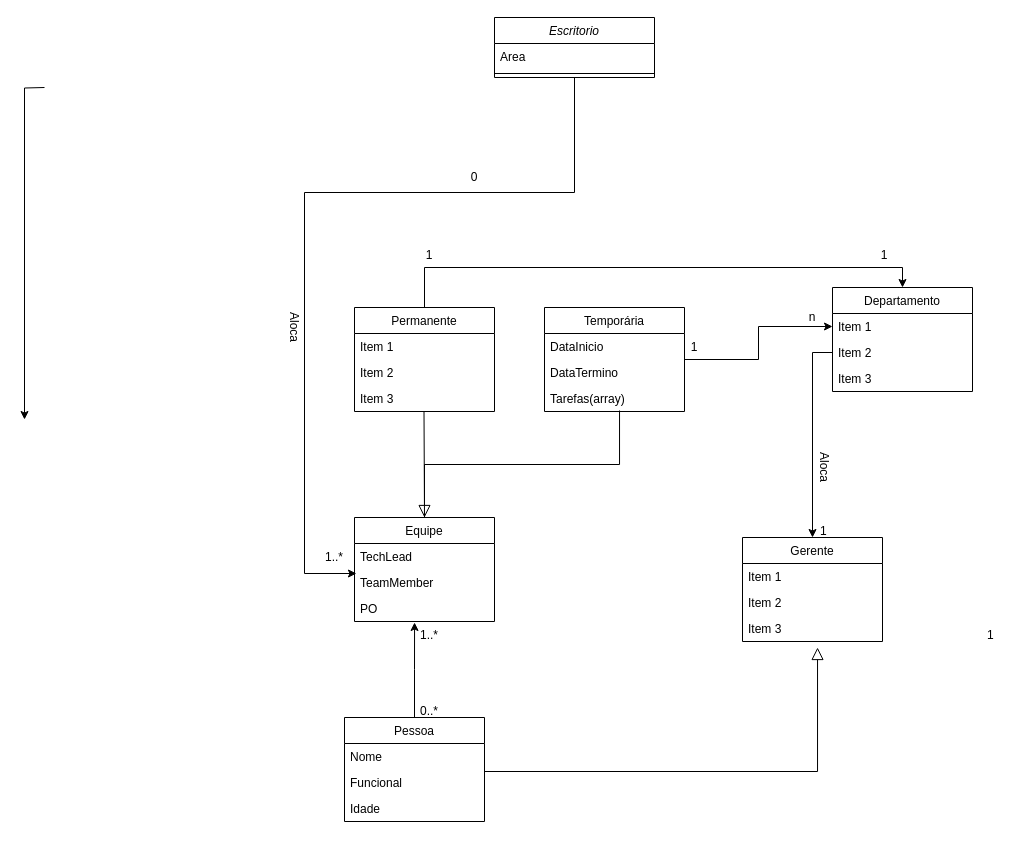
Before: Untitled Diagram.drawio in lipemoreirasilva/POO, a draw.io diagram. Source tidied: cells renumbered, new cells numbered last; positions are measured from the earlier drawing's top-left corner, leaving out a move shared by most shapes. Both pictures are drawn from the tidied source at 100%, with x=0, y=0 at pixel (24, 17).
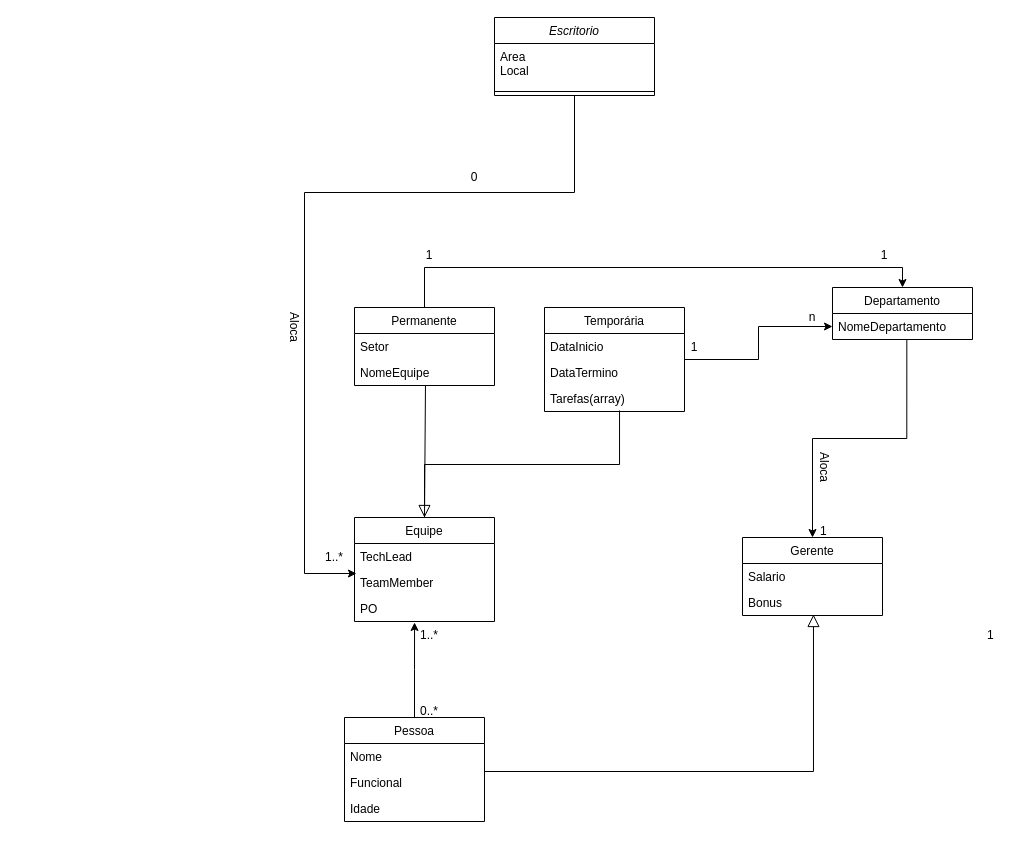
Above is the later version.

Commit message (it also covers changes not shown here):
Lab 8 - att

Unchanged cells that the change refers to:
```xml
<mxCell id="9" value="Equipe" style="swimlane;fontStyle=0;horizontal=1;startSize=26;" parent="1" vertex="1">
  <mxGeometry x="330" y="500" width="140" height="104" as="geometry" />
</mxCell>
```

Change to the diagram source:
```diff
@@
     <mxCell id="2" value="Escritorio" style="swimlane;fontStyle=2;align=center;verticalAlign=top;horizontal=1;startSize=26;rounded=0;shadow=0;strokeWidth=1;" parent="1" vertex="1">
-      <mxGeometry x="470" width="160" height="60" as="geometry" />
+      <mxGeometry x="470" width="160" height="78" as="geometry" />
     </mxCell>
-    <mxCell id="3" value="Area" style="text;align=left;verticalAlign=top;spacingLeft=4;spacingRight=4;overflow=hidden;" parent="2" vertex="1">
-      <mxGeometry y="26" width="160" height="26" as="geometry" />
+    <mxCell id="3" value="Area&#10;Local" style="text;align=left;verticalAlign=top;spacingLeft=4;spacingRight=4;overflow=hidden;" parent="2" vertex="1">
+      <mxGeometry y="26" width="160" height="44" as="geometry" />
     </mxCell>
     <mxCell id="4" style="line;html=1;strokeWidth=1;align=left;verticalAlign=middle;spacingTop=-1;spacingLeft=3;spacingRight=3;labelPosition=right;" parent="2" vertex="1">
-      <mxGeometry y="52" width="160" height="8" as="geometry" />
+      <mxGeometry y="70" width="160" height="8" as="geometry" />
     </mxCell>
     <mxCell id="5" value="Departamento" style="swimlane;fontStyle=0;horizontal=1;startSize=26;" parent="1" vertex="1">
-      <mxGeometry x="808" y="270" width="140" height="104" as="geometry" />
+      <mxGeometry x="808" y="270" width="140" height="52" as="geometry" />
     </mxCell>
-    <mxCell id="6" value="Item 1" style="text;strokeColor=none;fillColor=none;align=left;verticalAlign=top;spacingLeft=4;spacingRight=4;overflow=hidden;points=[[0,0.5],[1,0.5]];portConstraint=eastwest;" parent="5" vertex="1">
+    <mxCell id="6" value="NomeDepartamento" style="text;strokeColor=none;fillColor=none;align=left;verticalAlign=top;spacingLeft=4;spacingRight=4;overflow=hidden;points=[[0,0.5],[1,0.5]];portConstraint=eastwest;" parent="5" vertex="1">
       <mxGeometry y="26" width="140" height="26" as="geometry" />
     </mxCell>
-    <mxCell id="7" value="Item 2" style="text;strokeColor=none;fillColor=none;align=left;verticalAlign=top;spacingLeft=4;spacingRight=4;overflow=hidden;points=[[0,0.5],[1,0.5]];portConstraint=eastwest;" parent="5" vertex="1">
-      <mxGeometry y="52" width="140" height="26" as="geometry" />
-    </mxCell>
-    <mxCell id="8" value="Item 3" style="text;strokeColor=none;fillColor=none;align=left;verticalAlign=top;spacingLeft=4;spacingRight=4;overflow=hidden;" parent="5" vertex="1">
-      <mxGeometry y="78" width="140" height="26" as="geometry" />
-    </mxCell>
@@
     <mxCell id="18" value="Gerente" style="swimlane;fontStyle=0;horizontal=1;startSize=26;" parent="1" vertex="1">
-      <mxGeometry x="718" y="520" width="140" height="104" as="geometry" />
+      <mxGeometry x="718" y="520" width="140" height="78" as="geometry" />
     </mxCell>
-    <mxCell id="19" value="Item 1" style="text;strokeColor=none;fillColor=none;align=left;verticalAlign=top;spacingLeft=4;spacingRight=4;overflow=hidden;" parent="18" vertex="1">
+    <mxCell id="19" value="Salario" style="text;strokeColor=none;fillColor=none;align=left;verticalAlign=top;spacingLeft=4;spacingRight=4;overflow=hidden;" parent="18" vertex="1">
       <mxGeometry y="26" width="140" height="26" as="geometry" />
     </mxCell>
-    <mxCell id="20" value="Item 2" style="text;strokeColor=none;fillColor=none;align=left;verticalAlign=top;spacingLeft=4;spacingRight=4;overflow=hidden;points=[[0,0.5],[1,0.5]];portConstraint=eastwest;" parent="18" vertex="1">
+    <mxCell id="20" value="Bonus" style="text;strokeColor=none;fillColor=none;align=left;verticalAlign=top;spacingLeft=4;spacingRight=4;overflow=hidden;points=[[0,0.5],[1,0.5]];portConstraint=eastwest;" parent="18" vertex="1">
       <mxGeometry y="52" width="140" height="26" as="geometry" />
     </mxCell>
-    <mxCell id="21" value="Item 3" style="text;strokeColor=none;fillColor=none;align=left;verticalAlign=top;spacingLeft=4;spacingRight=4;overflow=hidden;points=[[0,0.5],[1,0.5]];portConstraint=eastwest;" parent="18" vertex="1">
-      <mxGeometry y="78" width="140" height="26" as="geometry" />
-    </mxCell>
@@
-    <mxCell id="24" style="endArrow=block;endSize=10;endFill=0;shadow=0;strokeWidth=1;rounded=0;edgeStyle=elbowEdgeStyle;elbow=vertical;entryX=0.536;entryY=1.231;entryDx=0;entryDy=0;entryPerimeter=0;exitX=0.5;exitY=0;exitDx=0;exitDy=0;" parent="1" edge="1" target="21">
+    <mxCell id="24" style="endArrow=block;endSize=10;endFill=0;shadow=0;strokeWidth=1;rounded=0;edgeStyle=elbowEdgeStyle;elbow=vertical;entryX=0.507;entryY=0.962;entryDx=0;entryDy=0;entryPerimeter=0;exitX=0.5;exitY=0;exitDx=0;exitDy=0;" parent="1" edge="1" target="20">
       <mxGeometry relative="1" as="geometry">
         <mxPoint x="460" y="774" as="sourcePoint" />
         <Array as="points">
           <mxPoint x="550" y="754" />
         </Array>
       </mxGeometry>
     </mxCell>
@@
-    <mxCell id="26" style="edgeStyle=orthogonalEdgeStyle;rounded=0;jettySize=auto;html=1;entryX=0.5;entryY=0;entryDx=0;entryDy=0;" parent="1" edge="1" source="7" target="18">
+    <mxCell id="26" style="edgeStyle=orthogonalEdgeStyle;rounded=0;jettySize=auto;html=1;entryX=0.5;entryY=0;entryDx=0;entryDy=0;exitX=0.531;exitY=0.998;exitDx=0;exitDy=0;exitPerimeter=0;" parent="1" edge="1" source="6" target="18">
       <mxGeometry relative="1" as="geometry" />
     </mxCell>
@@
-    <mxCell id="31" style="edgeStyle=orthogonalEdgeStyle;rounded=0;orthogonalLoop=1;jettySize=auto;html=1;entryX=0.143;entryY=-0.029;entryDx=0;entryDy=0;entryPerimeter=0;" parent="1" edge="1">
-      <mxGeometry relative="1" as="geometry">
-        <mxPoint x="20" y="70" as="sourcePoint" />
-        <mxPoint y="402" as="targetPoint" />
-      </mxGeometry>
-    </mxCell>
@@
     <mxCell id="35" value="Permanente" style="swimlane;fontStyle=0;horizontal=1;startSize=26;" parent="1" vertex="1">
-      <mxGeometry x="330" y="290" width="140" height="104" as="geometry" />
+      <mxGeometry x="330" y="290" width="140" height="78" as="geometry" />
     </mxCell>
-    <mxCell id="36" value="Item 1" style="text;strokeColor=none;fillColor=none;align=left;verticalAlign=top;spacingLeft=4;spacingRight=4;overflow=hidden;" parent="35" vertex="1">
+    <mxCell id="36" value="Setor" style="text;strokeColor=none;fillColor=none;align=left;verticalAlign=top;spacingLeft=4;spacingRight=4;overflow=hidden;" parent="35" vertex="1">
       <mxGeometry y="26" width="140" height="26" as="geometry" />
     </mxCell>
-    <mxCell id="37" value="Item 2" style="text;strokeColor=none;fillColor=none;align=left;verticalAlign=top;spacingLeft=4;spacingRight=4;overflow=hidden;points=[[0,0.5],[1,0.5]];portConstraint=eastwest;" parent="35" vertex="1">
+    <mxCell id="37" value="NomeEquipe" style="text;strokeColor=none;fillColor=none;align=left;verticalAlign=top;spacingLeft=4;spacingRight=4;overflow=hidden;points=[[0,0.5],[1,0.5]];portConstraint=eastwest;" parent="35" vertex="1">
       <mxGeometry y="52" width="140" height="26" as="geometry" />
     </mxCell>
-    <mxCell id="38" value="Item 3" style="text;strokeColor=none;fillColor=none;align=left;verticalAlign=top;spacingLeft=4;spacingRight=4;overflow=hidden;" parent="35" vertex="1">
-      <mxGeometry y="78" width="140" height="26" as="geometry" />
-    </mxCell>
@@
-    <mxCell id="45" style="endArrow=none;html=1;exitX=0.5;exitY=0;exitDx=0;exitDy=0;" parent="1" edge="1" source="9">
-      <mxGeometry relative="1" as="geometry">
-        <mxPoint x="399.5" y="394" as="targetPoint" />
-      </mxGeometry>
+    <mxCell id="45" style="endArrow=none;html=1;exitX=0.5;exitY=0;exitDx=0;exitDy=0;entryX=0.507;entryY=1;entryDx=0;entryDy=0;entryPerimeter=0;" parent="1" edge="1" source="9" target="37">
+      <mxGeometry relative="1" as="geometry" />
     </mxCell>
```
